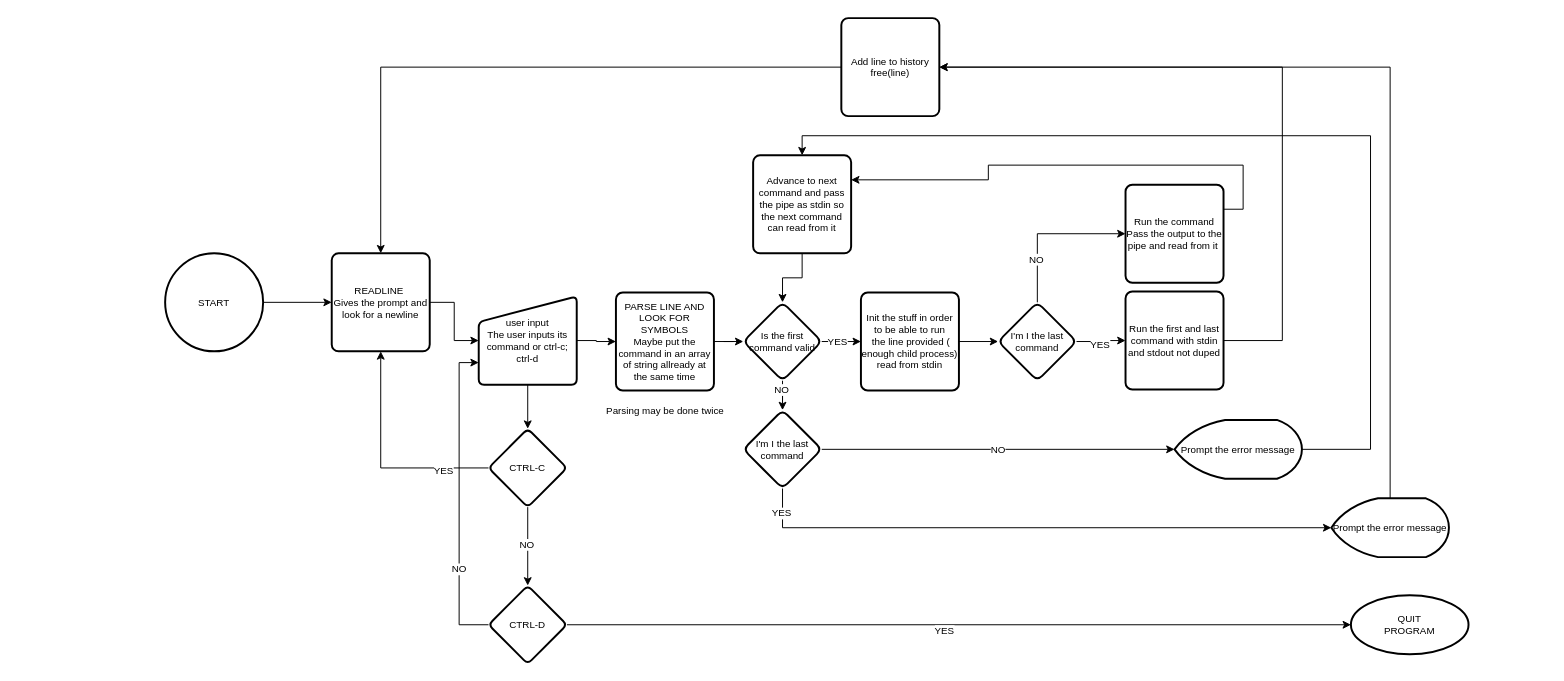
pirichar/minishell keeps this draw.io diagram as page "General Workflow" (2 of 2) of div/MINISHELL.drawio. Above is the earlier version. Source tidied: cells renumbered, new cells numbered last; positions are measured from the earlier drawing's top-left corner, leaving out a move shared by most shapes. Both pictures are drawn from the tidied source at 98%, with x=0, y=0 at pixel (165, 18).
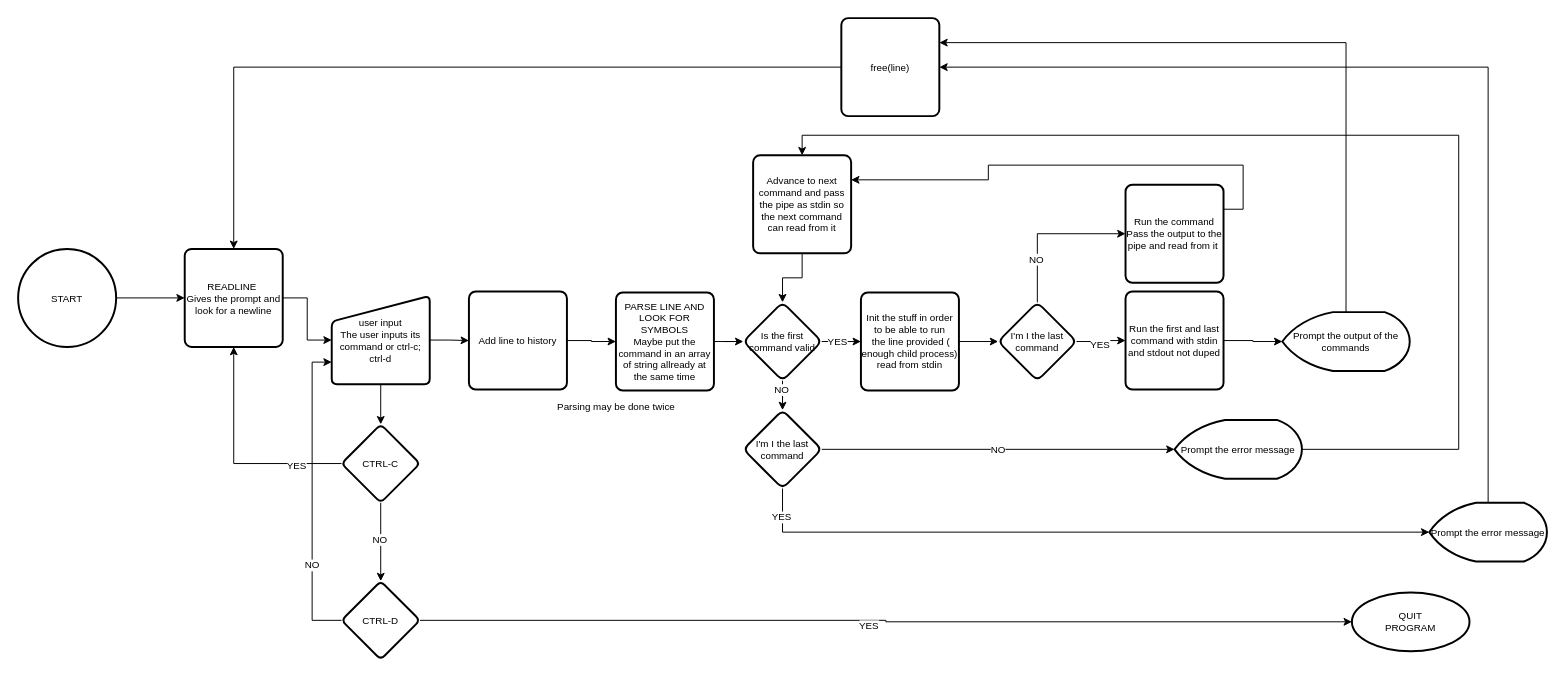
Above is the later version.

Unchanged cells that the change refers to:
```xml
<mxCell id="6" value="PARSE LINE AND LOOK FOR SYMBOLS&lt;br style=&quot;font-size: 10px;&quot;&gt;Maybe put the command in an array of string allready at the same time" style="rounded=1;whiteSpace=wrap;html=1;absoluteArcSize=1;arcSize=14;strokeWidth=2;labelBackgroundColor=none;labelBorderColor=none;fontSize=10;fontColor=#000000;" parent="1" vertex="1">
  <mxGeometry x="460" y="280" width="100" height="100" as="geometry" />
</mxCell>
<mxCell id="34" value="Run the first and last command with stdin and stdout not duped" style="rounded=1;whiteSpace=wrap;html=1;absoluteArcSize=1;arcSize=14;strokeWidth=2;labelBackgroundColor=none;labelBorderColor=none;fontSize=10;fontColor=#000000;" parent="1" vertex="1">
  <mxGeometry x="980" y="279" width="100" height="100" as="geometry" />
</mxCell>
<mxCell id="45" value="Prompt the error message" style="strokeWidth=2;html=1;shape=mxgraph.flowchart.display;whiteSpace=wrap;labelBackgroundColor=none;labelBorderColor=none;fontSize=10;fontColor=#000000;" parent="1" vertex="1">
  <mxGeometry x="1030" y="410" width="130" height="60" as="geometry" />
</mxCell>
<mxCell id="47" value="Advance to next command and pass the pipe as stdin so the next command can read from it" style="rounded=1;whiteSpace=wrap;html=1;absoluteArcSize=1;arcSize=14;strokeWidth=2;labelBackgroundColor=none;labelBorderColor=none;fontSize=10;fontColor=#000000;" parent="1" vertex="1">
  <mxGeometry x="600" y="140" width="100" height="100" as="geometry" />
</mxCell>
```

Change to the diagram source:
```diff
@@
-    <mxCell id="3" style="edgeStyle=orthogonalEdgeStyle;rounded=0;jettySize=auto;html=1;fontSize=10;fontColor=#000000;" parent="1" edge="1" source="4" target="6">
-      <mxGeometry relative="1" as="geometry" />
-    </mxCell>
+    <mxCell id="51" style="edgeStyle=orthogonalEdgeStyle;rounded=0;jettySize=auto;html=1;fontSize=10;fontColor=#000000;" parent="1" edge="1" source="4" target="54">
+      <mxGeometry relative="1" as="geometry" />
+    </mxCell>
     <mxCell id="4" value="user input&lt;br style=&quot;font-size: 10px;&quot;&gt;The user inputs its command or ctrl-c; ctrl-d" style="html=1;strokeWidth=2;shape=manualInput;whiteSpace=wrap;rounded=1;size=26;arcSize=11;labelBackgroundColor=none;labelBorderColor=none;fontSize=10;fontColor=#000000;" parent="1" vertex="1">
-      <mxGeometry x="320" y="284" width="100" height="90" as="geometry" />
+      <mxGeometry x="170" y="283.5" width="100" height="90" as="geometry" />
     </mxCell>
@@
     <mxCell id="10" value="START" style="strokeWidth=2;html=1;shape=mxgraph.flowchart.start_2;whiteSpace=wrap;labelBackgroundColor=none;labelBorderColor=none;fontSize=10;fontColor=#000000;" parent="1" vertex="1">
-      <mxGeometry y="240" width="100" height="100" as="geometry" />
+      <mxGeometry x="-150" y="235.5" width="100" height="100" as="geometry" />
     </mxCell>
@@
     <mxCell id="12" value="READLINE&amp;nbsp;&lt;br&gt;Gives the prompt and look for a newline" style="rounded=1;whiteSpace=wrap;html=1;absoluteArcSize=1;arcSize=14;strokeWidth=2;labelBackgroundColor=none;labelBorderColor=none;fontSize=10;fontColor=#000000;" parent="1" vertex="1">
-      <mxGeometry x="170" y="240" width="100" height="100" as="geometry" />
+      <mxGeometry x="20" y="235.5" width="100" height="100" as="geometry" />
     </mxCell>
@@
     <mxCell id="17" value="CTRL-C" style="rhombus;whiteSpace=wrap;html=1;fontSize=10;fontColor=#000000;strokeWidth=2;rounded=1;arcSize=11;labelBackgroundColor=none;labelBorderColor=none;" parent="1" vertex="1">
-      <mxGeometry x="330" y="419" width="80" height="80" as="geometry" />
+      <mxGeometry x="180" y="414.5" width="80" height="80" as="geometry" />
     </mxCell>
@@
     <mxCell id="22" value="CTRL-D" style="rhombus;whiteSpace=wrap;html=1;fontSize=10;fontColor=#000000;strokeWidth=2;rounded=1;arcSize=11;labelBackgroundColor=none;labelBorderColor=none;" parent="1" vertex="1">
-      <mxGeometry x="330" y="579" width="80" height="80" as="geometry" />
+      <mxGeometry x="180" y="574.5" width="80" height="80" as="geometry" />
     </mxCell>
     <mxCell id="23" value="QUIT&lt;br&gt;PROGRAM" style="ellipse;whiteSpace=wrap;html=1;fontSize=10;fontColor=#000000;strokeWidth=2;rounded=1;arcSize=11;labelBackgroundColor=none;labelBorderColor=none;" parent="1" vertex="1">
-      <mxGeometry x="1210" y="589" width="120" height="60" as="geometry" />
+      <mxGeometry x="1211" y="586" width="120" height="60" as="geometry" />
     </mxCell>
@@
     <mxCell id="29" style="edgeStyle=orthogonalEdgeStyle;rounded=0;jettySize=auto;html=1;exitX=0.5;exitY=0;exitDx=0;exitDy=0;exitPerimeter=0;entryX=1;entryY=0.5;entryDx=0;entryDy=0;fontSize=10;fontColor=#000000;" parent="1" edge="1" source="30" target="32">
-      <mxGeometry relative="1" as="geometry" />
+      <mxGeometry relative="1" as="geometry">
+        <Array as="points">
+          <mxPoint x="1350" y="49.5" />
+        </Array>
+      </mxGeometry>
     </mxCell>
     <mxCell id="30" value="Prompt the error message" style="strokeWidth=2;html=1;shape=mxgraph.flowchart.display;whiteSpace=wrap;labelBackgroundColor=none;labelBorderColor=none;fontSize=10;fontColor=#000000;" parent="1" vertex="1">
-      <mxGeometry x="1190" y="490" width="120" height="60" as="geometry" />
+      <mxGeometry x="1290" y="494.5" width="120" height="60" as="geometry" />
     </mxCell>
@@
-    <mxCell id="32" value="Add line to history&lt;br&gt;free(line)" style="rounded=1;whiteSpace=wrap;html=1;absoluteArcSize=1;arcSize=14;strokeWidth=2;labelBackgroundColor=none;labelBorderColor=none;fontSize=10;fontColor=#000000;" parent="1" vertex="1">
+    <mxCell id="32" value="free(line)" style="rounded=1;whiteSpace=wrap;html=1;absoluteArcSize=1;arcSize=14;strokeWidth=2;labelBackgroundColor=none;labelBorderColor=none;fontSize=10;fontColor=#000000;" parent="1" vertex="1">
       <mxGeometry x="690" width="100" height="100" as="geometry" />
     </mxCell>
-    <mxCell id="33" style="edgeStyle=orthogonalEdgeStyle;rounded=0;jettySize=auto;html=1;exitX=1;exitY=0.5;exitDx=0;exitDy=0;entryX=1;entryY=0.5;entryDx=0;entryDy=0;fontSize=10;fontColor=#000000;" parent="1" edge="1" source="34" target="32">
-      <mxGeometry relative="1" as="geometry">
-        <Array as="points">
-          <mxPoint x="1140" y="329" />
-          <mxPoint x="1140" y="50" />
-        </Array>
-      </mxGeometry>
-    </mxCell>
+    <mxCell id="52" style="edgeStyle=orthogonalEdgeStyle;rounded=0;jettySize=auto;html=1;fontSize=10;fontColor=#000000;" parent="1" edge="1" source="34" target="56">
+      <mxGeometry relative="1" as="geometry" />
+    </mxCell>
@@
     <mxCell id="44" style="edgeStyle=orthogonalEdgeStyle;rounded=0;jettySize=auto;html=1;exitX=1;exitY=0.5;exitDx=0;exitDy=0;exitPerimeter=0;entryX=0.5;entryY=0;entryDx=0;entryDy=0;fontSize=10;fontColor=#000000;" parent="1" edge="1" source="45" target="47">
       <mxGeometry relative="1" as="geometry">
         <Array as="points">
-          <mxPoint x="1230" y="440" />
-          <mxPoint x="1230" y="120" />
-          <mxPoint x="650" y="120" />
+          <mxPoint x="1320" y="439.5" />
+          <mxPoint x="1320" y="119.5" />
+          <mxPoint x="650" y="119.5" />
         </Array>
       </mxGeometry>
     </mxCell>
@@
     <mxCell id="50" value="Parsing may be done twice" style="text;html=1;align=center;verticalAlign=middle;strokeColor=none;fillColor=none;fontSize=10;fontColor=#000000;" parent="1" vertex="1">
-      <mxGeometry x="440" y="390" width="140" height="20" as="geometry" />
+      <mxGeometry x="390" y="385.5" width="140" height="20" as="geometry" />
     </mxCell>
+    <mxCell id="53" style="edgeStyle=orthogonalEdgeStyle;rounded=0;jettySize=auto;html=1;fontSize=10;fontColor=#000000;" parent="1" edge="1" source="54" target="6">
+      <mxGeometry relative="1" as="geometry" />
+    </mxCell>
+    <mxCell id="54" value="Add line to history" style="rounded=1;whiteSpace=wrap;html=1;absoluteArcSize=1;arcSize=14;strokeWidth=2;labelBackgroundColor=none;labelBorderColor=none;fontSize=10;fontColor=#000000;" parent="1" vertex="1">
+      <mxGeometry x="310" y="279" width="100" height="100" as="geometry" />
+    </mxCell>
+    <mxCell id="55" style="edgeStyle=orthogonalEdgeStyle;rounded=0;jettySize=auto;html=1;entryX=1;entryY=0.25;entryDx=0;entryDy=0;fontSize=10;fontColor=#000000;" parent="1" edge="1" source="56" target="32">
+      <mxGeometry relative="1" as="geometry">
+        <Array as="points">
+          <mxPoint x="1205" y="25.5" />
+        </Array>
+      </mxGeometry>
+    </mxCell>
+    <mxCell id="56" value="Prompt the output of the commands" style="strokeWidth=2;html=1;shape=mxgraph.flowchart.display;whiteSpace=wrap;labelBackgroundColor=none;labelBorderColor=none;fontSize=10;fontColor=#000000;" parent="1" vertex="1">
+      <mxGeometry x="1140" y="300" width="130" height="60" as="geometry" />
+    </mxCell>
```
